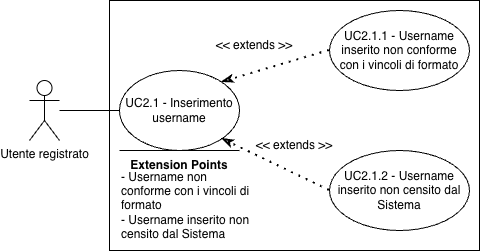
Earlier version of the draw.io export assets/diagrams/UC2_1.png (SkarabGroup/DocumentazioneProgetto). Source tidied: cells renumbered, new cells last; positions are measured from the earlier drawing's top-left corner, leaving out a move shared by most shapes.
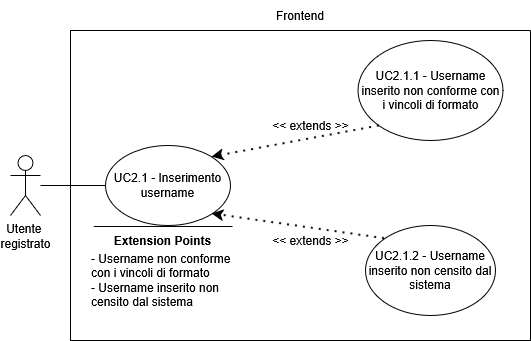
Later version of the same file.

Diff of the diagram source:
```diff
@@ -2,47 +2,50 @@
   <root>
     <mxCell id="0" />
     <mxCell id="1" parent="0" />
-    <mxCell id="2" value="Utente registrato" style="shape=umlActor;verticalLabelPosition=bottom;verticalAlign=top;html=1;outlineConnect=0;" parent="1" vertex="1">
+    <mxCell id="2" value="&lt;div&gt;Utente&amp;nbsp;&lt;/div&gt;&lt;div&gt;registrato&lt;/div&gt;" style="shape=umlActor;verticalLabelPosition=bottom;verticalAlign=top;html=1;outlineConnect=0;" parent="1" vertex="1">
       <mxGeometry y="80" width="30" height="60" as="geometry" />
     </mxCell>
-    <mxCell id="3" style="rounded=0;whiteSpace=wrap;html=1;" parent="1" vertex="1">
-      <mxGeometry x="80" width="370" height="250" as="geometry" />
-    </mxCell>
+    <mxCell id="15" style="swimlane;startSize=0;" parent="1" vertex="1">
+      <mxGeometry x="60" y="-45" width="460" height="310" as="geometry" />
+    </mxCell>
-    <mxCell id="4" value="UC2.1 - Inserimento username" style="ellipse;whiteSpace=wrap;html=1;" parent="1" vertex="1">
-      <mxGeometry x="90" y="70" width="120" height="80" as="geometry" />
+    <mxCell id="4" value="&lt;div&gt;UC2.1 - Inserimento username&lt;/div&gt;" style="ellipse;whiteSpace=wrap;html=1;" parent="15" vertex="1">
+      <mxGeometry x="35" y="115" width="125" height="80" as="geometry" />
     </mxCell>
-    <mxCell id="5" value="UC2.1.1 - Username inserito non conforme con i vincoli di formato" style="ellipse;whiteSpace=wrap;html=1;" parent="1" vertex="1">
-      <mxGeometry x="300" y="10" width="140" height="80" as="geometry" />
+    <mxCell id="5" value="UC2.1.1 - Username inserito non conforme con i vincoli di formato" style="ellipse;whiteSpace=wrap;html=1;" parent="15" vertex="1">
+      <mxGeometry x="287.5" y="10" width="145" height="100" as="geometry" />
     </mxCell>
-    <mxCell id="6" style="endArrow=classicThin;dashed=1;html=1;dashPattern=1 3;strokeWidth=2;rounded=0;entryX=1;entryY=0;entryDx=0;entryDy=0;exitX=0;exitY=0.5;exitDx=0;exitDy=0;endFill=0;startArrow=none;startFill=0;" parent="1" edge="1" source="5" target="4">
+    <mxCell id="6" style="endArrow=classic;dashed=1;html=1;dashPattern=1 3;strokeWidth=2;rounded=0;entryX=1;entryY=0;entryDx=0;entryDy=0;exitX=0;exitY=1;exitDx=0;exitDy=0;strokeColor=default;curved=0;endFill=1;endSize=6;" parent="15" edge="1" source="5" target="4">
       <mxGeometry relative="1" as="geometry" />
     </mxCell>
+    <mxCell id="16" value="&lt;div&gt;&amp;lt;&amp;lt; extends &amp;gt;&amp;gt;&lt;/div&gt;" style="text;html=1;whiteSpace=wrap;strokeColor=none;fillColor=none;align=center;verticalAlign=middle;rounded=0;" parent="15" vertex="1">
+      <mxGeometry x="192.5" y="80" width="95" height="30" as="geometry" />
+    </mxCell>
+    <mxCell id="17" value="UC2.1.2 - Username inserito non censito dal sistema" style="ellipse;whiteSpace=wrap;html=1;" parent="15" vertex="1">
+      <mxGeometry x="295" y="195" width="130" height="90" as="geometry" />
+    </mxCell>
+    <mxCell id="18" style="endArrow=classic;dashed=1;html=1;dashPattern=1 3;strokeWidth=2;rounded=0;entryX=1;entryY=1;entryDx=0;entryDy=0;exitX=0;exitY=0;exitDx=0;exitDy=0;strokeColor=default;curved=0;endFill=1;endSize=6;" parent="15" edge="1" source="17" target="4">
+      <mxGeometry relative="1" as="geometry" />
+    </mxCell>
+    <mxCell id="19" value="&amp;lt;&amp;lt; extends &amp;gt;&amp;gt;" style="text;html=1;whiteSpace=wrap;strokeColor=none;fillColor=none;align=center;verticalAlign=middle;rounded=0;" parent="15" vertex="1">
+      <mxGeometry x="192.5" y="195" width="95" height="30" as="geometry" />
+    </mxCell>
+    <mxCell id="20" style="endArrow=none;html=1;rounded=0;" parent="15" edge="1">
+      <mxGeometry relative="1" as="geometry">
+        <mxPoint x="162" y="196" as="sourcePoint" />
+        <mxPoint x="23.2" y="196" as="targetPoint" />
+      </mxGeometry>
+    </mxCell>
+    <mxCell id="9" value="&lt;b&gt;Extension Points&lt;/b&gt;" style="text;html=1;whiteSpace=wrap;strokeColor=none;fillColor=none;align=center;verticalAlign=middle;rounded=0;strokeWidth=5;" parent="15" vertex="1">
+      <mxGeometry x="35" y="195" width="115" height="30" as="geometry" />
+    </mxCell>
+    <mxCell id="21" value="&lt;div align=&quot;left&quot;&gt;- Username non conforme con i vincoli di formato&lt;/div&gt;&lt;div align=&quot;left&quot;&gt;- Username inserito non censito dal sistema&lt;/div&gt;" style="text;html=1;whiteSpace=wrap;strokeColor=none;fillColor=none;align=left;verticalAlign=middle;rounded=0;" parent="15" vertex="1">
+      <mxGeometry x="19" y="205" width="147" height="90" as="geometry" />
+    </mxCell>
     <mxCell id="7" style="endArrow=none;html=1;rounded=0;entryX=0;entryY=0.5;entryDx=0;entryDy=0;" parent="1" edge="1" source="2" target="4">
       <mxGeometry relative="1" as="geometry" />
     </mxCell>
-    <mxCell id="8" value="&amp;lt;&amp;lt; extends &amp;gt;&amp;gt;" style="text;html=1;whiteSpace=wrap;strokeColor=none;fillColor=none;align=center;verticalAlign=middle;rounded=0;" parent="1" vertex="1">
-      <mxGeometry x="180" y="30" width="90" height="30" as="geometry" />
-    </mxCell>
-    <mxCell id="9" value="&lt;b&gt;Extension Points&lt;/b&gt;" style="text;html=1;whiteSpace=wrap;strokeColor=none;fillColor=none;align=center;verticalAlign=middle;rounded=0;" parent="1" vertex="1">
-      <mxGeometry x="90" y="150" width="120" height="30" as="geometry" />
-    </mxCell>
-    <mxCell id="10" style="endArrow=none;html=1;rounded=0;" parent="1" edge="1">
-      <mxGeometry relative="1" as="geometry">
-        <mxPoint x="90" y="150" as="sourcePoint" />
-        <mxPoint x="210" y="150" as="targetPoint" />
-      </mxGeometry>
-    </mxCell>
-    <mxCell id="11" value="- Username non conforme con i vincoli di formato&lt;div&gt;- Username inserito non censito dal Sistema&lt;/div&gt;" style="text;html=1;whiteSpace=wrap;strokeColor=none;fillColor=none;align=left;verticalAlign=middle;rounded=0;" parent="1" vertex="1">
-      <mxGeometry x="90" y="170" width="140" height="70" as="geometry" />
-    </mxCell>
-    <mxCell id="12" value="UC2.1.2 - Username inserito non censito dal Sistema" style="ellipse;whiteSpace=wrap;html=1;" parent="1" vertex="1">
-      <mxGeometry x="300" y="150" width="140" height="80" as="geometry" />
-    </mxCell>
-    <mxCell id="13" style="endArrow=classicThin;dashed=1;html=1;dashPattern=1 3;strokeWidth=2;rounded=0;entryX=1;entryY=1;entryDx=0;entryDy=0;exitX=0;exitY=0.5;exitDx=0;exitDy=0;endFill=0;startArrow=none;startFill=0;" parent="1" edge="1" source="12" target="4">
-      <mxGeometry relative="1" as="geometry" />
-    </mxCell>
-    <mxCell id="14" value="&amp;lt;&amp;lt; extends &amp;gt;&amp;gt;" style="text;html=1;whiteSpace=wrap;strokeColor=none;fillColor=none;align=center;verticalAlign=middle;rounded=0;" parent="1" vertex="1">
-      <mxGeometry x="220" y="130" width="90" height="30" as="geometry" />
-    </mxCell>
+    <mxCell id="22" value="Frontend" style="text;html=1;whiteSpace=wrap;strokeColor=none;fillColor=none;align=center;verticalAlign=middle;rounded=0;" parent="1" vertex="1">
+      <mxGeometry x="260" y="-75" width="60" height="30" as="geometry" />
+    </mxCell>
   </root>
 </mxGraphModel>
```
